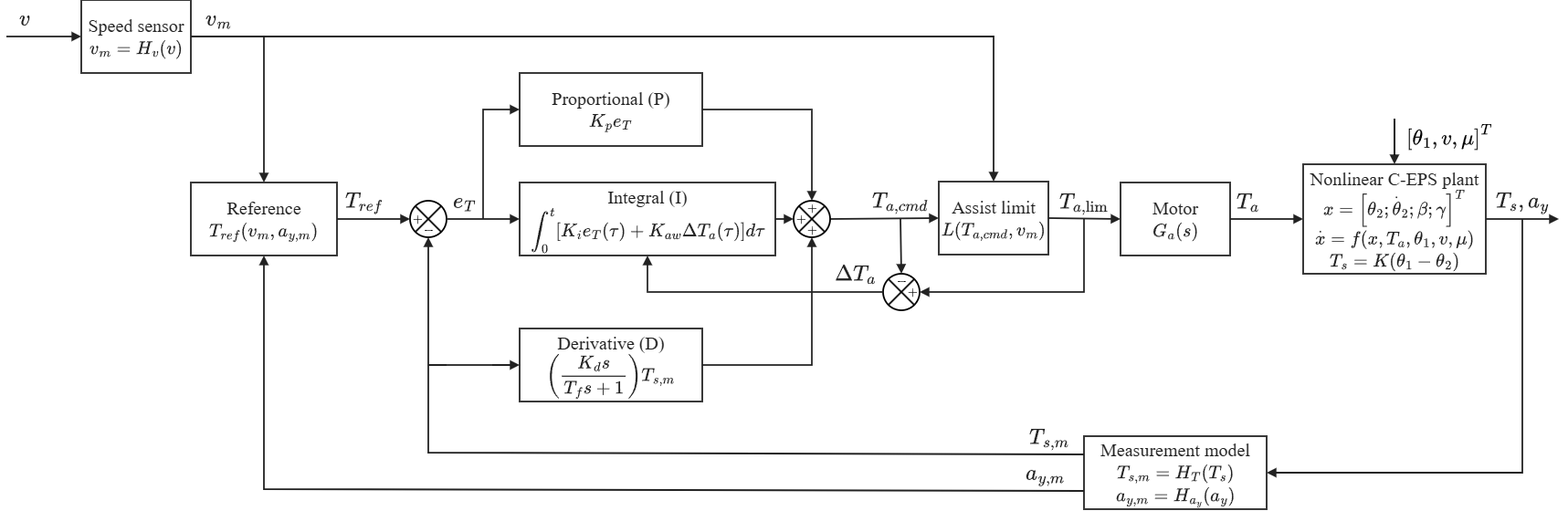
Above: Figures/new/main/Fig_PID.png in TanTramM/Adaptive-EPS-using-Reinforcement-Learning (draw.io), before the change. Source tidied: cells renumbered, new cells last; positions are measured from the earlier drawing's top-left corner, leaving out a move shared by most shapes.
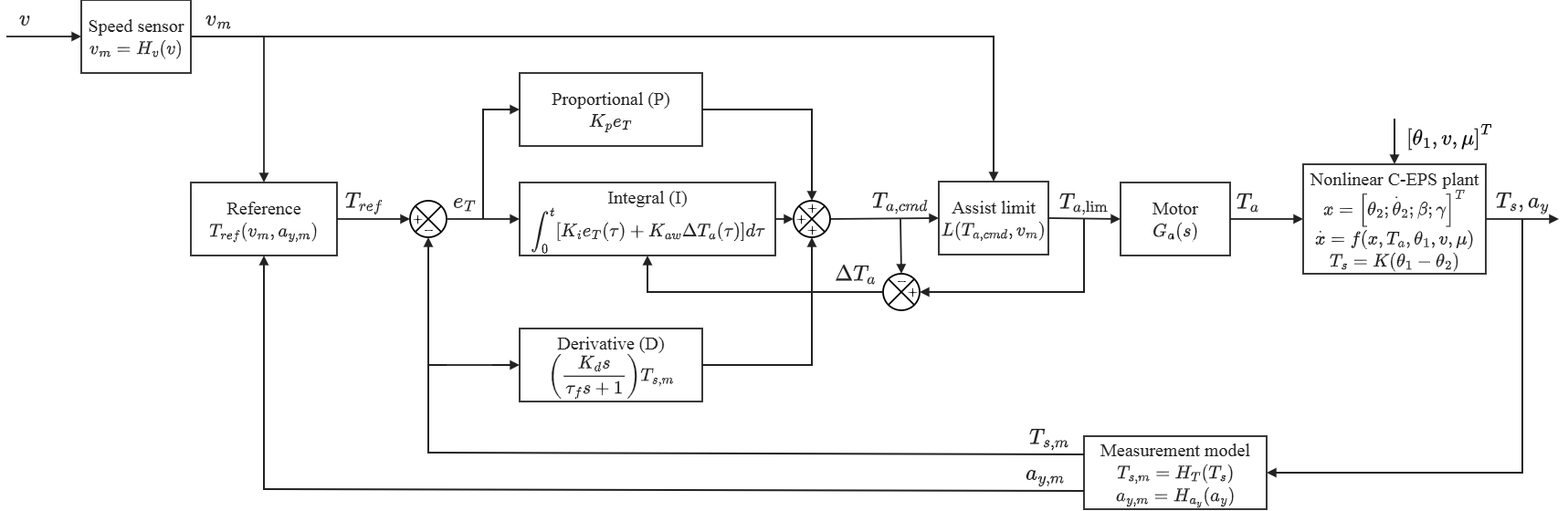
Later version of the same file.

Change to the diagram source:
```diff
@@ -124,7 +124,7 @@
         </Array>
       </mxGeometry>
     </mxCell>
-    <mxCell id="36" value="Derivative (D)&lt;br&gt;`((K_ds)/(T_fs+1))T_(s,m)`" style="rounded=0;arcSize=12;whiteSpace=wrap;html=1;fillColor=#ffffff;strokeColor=#222222;strokeWidth=1.8;fontColor=#222222;fontSize=20;fontFamily=Times New Roman;" parent="1" vertex="1">
+    <mxCell id="36" value="Derivative (D)&lt;br&gt;`((K_ds)/(\tau_fs+1))T_(s,m)`" style="rounded=0;arcSize=12;whiteSpace=wrap;html=1;fillColor=#ffffff;strokeColor=#222222;strokeWidth=1.8;fontColor=#222222;fontSize=20;fontFamily=Times New Roman;" parent="1" vertex="1">
       <mxGeometry x="562" y="360" width="200" height="80" as="geometry" />
     </mxCell>
     <mxCell id="37" style="endArrow=block;startArrow=none;endFill=1;startFill=1;html=1;rounded=0;strokeColor=#222222;strokeWidth=1.8;entryX=0;entryY=0.5;entryDx=0;entryDy=0;" parent="1" edge="1" target="36">
```
